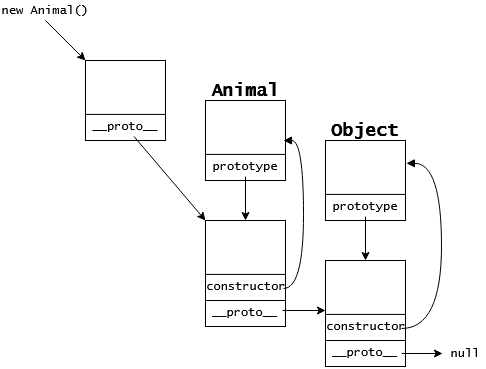
Earlier version of the draw.io export prototypical-inheritance.png (eheu/hovedopgave). Source tidied: cells renumbered, new cells last; positions are measured from the earlier drawing's top-left corner, leaving out a move shared by most shapes.
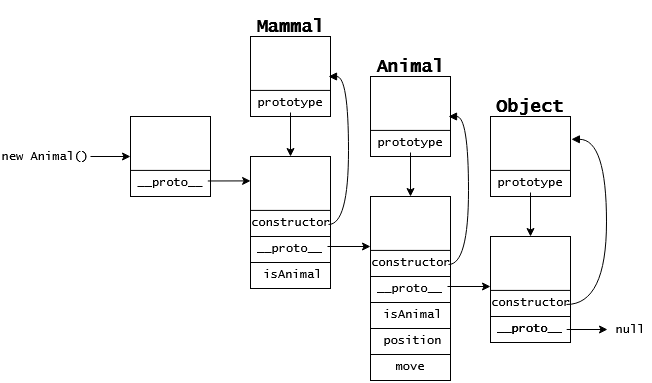
Later version of the same file.

Diff of the diagram source:
```diff
@@ -2,29 +2,8 @@
   <root>
     <mxCell id="0" />
     <mxCell id="1" parent="0" />
-    <mxCell id="2" style="group;" parent="1" vertex="1">
-      <mxGeometry x="85" y="60" width="80" height="80" as="geometry" />
-    </mxCell>
-    <mxCell id="3" style="rounded=0;whiteSpace=wrap;html=1;strokeColor=#000000;" parent="2" vertex="1">
-      <mxGeometry width="80" height="80" as="geometry" />
-    </mxCell>
-    <mxCell id="4" style="endArrow=none;html=1;exitX=0.002;exitY=0.674;exitDx=0;exitDy=0;exitPerimeter=0;entryX=1;entryY=0.674;entryDx=0;entryDy=0;entryPerimeter=0;" parent="2" edge="1" source="3" target="3">
-      <mxGeometry relative="1" as="geometry" />
-    </mxCell>
-    <mxCell id="5" value="&lt;font face=&quot;Lucida Console&quot;&gt;__proto__&lt;/font&gt;" style="text;html=1;strokeColor=none;fillColor=none;align=center;verticalAlign=middle;whiteSpace=wrap;rounded=0;" parent="2" vertex="1">
-      <mxGeometry x="20" y="55" width="40" height="20" as="geometry" />
-    </mxCell>
-    <mxCell id="6" style="rounded=0;whiteSpace=wrap;html=1;strokeColor=#000000;" parent="2" vertex="1">
-      <mxGeometry width="80" height="80" as="geometry" />
-    </mxCell>
-    <mxCell id="7" style="endArrow=none;html=1;exitX=0.002;exitY=0.674;exitDx=0;exitDy=0;exitPerimeter=0;entryX=1;entryY=0.674;entryDx=0;entryDy=0;entryPerimeter=0;" parent="2" edge="1" source="6" target="6">
-      <mxGeometry relative="1" as="geometry" />
-    </mxCell>
-    <mxCell id="8" value="&lt;font face=&quot;Lucida Console&quot;&gt;__proto__&lt;/font&gt;" style="text;html=1;strokeColor=none;fillColor=none;align=center;verticalAlign=middle;whiteSpace=wrap;rounded=0;" parent="2" vertex="1">
-      <mxGeometry x="20" y="55" width="40" height="20" as="geometry" />
-    </mxCell>
     <mxCell id="9" style="group;" parent="1" vertex="1">
-      <mxGeometry x="85" y="60" width="80" height="80" as="geometry" />
+      <mxGeometry x="-35" y="140" width="80" height="80" as="geometry" />
     </mxCell>
     <mxCell id="10" style="rounded=0;whiteSpace=wrap;html=1;strokeColor=#000000;" parent="9" vertex="1">
       <mxGeometry width="80" height="80" as="geometry" />
@@ -338,13 +317,15 @@
       <mxGeometry x="345" y="120" width="40" height="20" as="geometry" />
     </mxCell>
     <mxCell id="109" value="&lt;font face=&quot;Lucida Console&quot;&gt;new Animal()&lt;/font&gt;" style="text;html=1;strokeColor=none;fillColor=none;align=center;verticalAlign=middle;whiteSpace=wrap;rounded=0;" parent="1" vertex="1">
-      <mxGeometry width="90" height="20" as="geometry" />
+      <mxGeometry x="-165" y="170" width="90" height="20" as="geometry" />
     </mxCell>
-    <mxCell id="110" style="endArrow=classic;html=1;strokeColor=#000000;exitX=0.5;exitY=1;exitDx=0;exitDy=0;entryX=0;entryY=0;entryDx=0;entryDy=0;" parent="1" edge="1" source="109" target="13">
+    <mxCell id="110" style="endArrow=classic;html=1;strokeColor=#000000;exitX=1;exitY=0.5;exitDx=0;exitDy=0;entryX=0;entryY=0.5;entryDx=0;entryDy=0;" parent="1" edge="1" source="109" target="13">
       <mxGeometry relative="1" as="geometry" />
     </mxCell>
-    <mxCell id="111" style="endArrow=classic;html=1;strokeColor=#000000;entryX=0;entryY=0;entryDx=0;entryDy=0;" parent="1" edge="1" source="15" target="55">
-      <mxGeometry relative="1" as="geometry" />
+    <mxCell id="111" style="endArrow=classic;html=1;strokeColor=#000000;entryX=0.001;entryY=0.305;entryDx=0;entryDy=0;entryPerimeter=0;exitX=1.004;exitY=0.806;exitDx=0;exitDy=0;exitPerimeter=0;" parent="1" edge="1" target="156">
+      <mxGeometry relative="1" as="geometry">
+        <mxPoint x="42.3" y="204.5" as="sourcePoint" />
+      </mxGeometry>
     </mxCell>
     <mxCell id="112" style="endArrow=classic;html=1;strokeColor=#000000;" parent="1" edge="1">
       <mxGeometry relative="1" as="geometry">
@@ -367,5 +348,249 @@
     <mxCell id="116" style="endArrow=classic;html=1;entryX=0.5;entryY=0;entryDx=0;entryDy=0;exitX=0.5;exitY=1;exitDx=0;exitDy=0;" parent="1" edge="1" source="75" target="101">
       <mxGeometry relative="1" as="geometry" />
     </mxCell>
+    <mxCell id="117" style="group;" parent="1" vertex="1">
+      <mxGeometry x="85" y="60" width="80" height="80" as="geometry" />
+    </mxCell>
+    <mxCell id="118" style="rounded=0;whiteSpace=wrap;html=1;strokeColor=#000000;" parent="117" vertex="1">
+      <mxGeometry width="80" height="80" as="geometry" />
+    </mxCell>
+    <mxCell id="119" style="endArrow=none;html=1;exitX=0.002;exitY=0.674;exitDx=0;exitDy=0;exitPerimeter=0;entryX=1;entryY=0.674;entryDx=0;entryDy=0;entryPerimeter=0;" parent="117" edge="1" source="118" target="118">
+      <mxGeometry relative="1" as="geometry" />
+    </mxCell>
+    <mxCell id="120" value="&lt;font face=&quot;Lucida Console&quot;&gt;__proto__&lt;/font&gt;" style="text;html=1;strokeColor=none;fillColor=none;align=center;verticalAlign=middle;whiteSpace=wrap;rounded=0;" parent="117" vertex="1">
+      <mxGeometry x="20" y="55" width="40" height="20" as="geometry" />
+    </mxCell>
+    <mxCell id="121" style="rounded=0;whiteSpace=wrap;html=1;strokeColor=#000000;" parent="117" vertex="1">
+      <mxGeometry width="80" height="80" as="geometry" />
+    </mxCell>
+    <mxCell id="122" style="endArrow=none;html=1;exitX=0.002;exitY=0.674;exitDx=0;exitDy=0;exitPerimeter=0;entryX=1;entryY=0.674;entryDx=0;entryDy=0;entryPerimeter=0;" parent="117" edge="1" source="121" target="121">
+      <mxGeometry relative="1" as="geometry" />
+    </mxCell>
+    <mxCell id="123" value="&lt;font face=&quot;Lucida Console&quot;&gt;__proto__&lt;/font&gt;" style="text;html=1;strokeColor=none;fillColor=none;align=center;verticalAlign=middle;whiteSpace=wrap;rounded=0;" parent="117" vertex="1">
+      <mxGeometry x="20" y="55" width="40" height="20" as="geometry" />
+    </mxCell>
+    <mxCell id="124" style="group;" parent="1" vertex="1">
+      <mxGeometry x="85" y="60" width="80" height="80" as="geometry" />
+    </mxCell>
+    <mxCell id="125" style="rounded=0;whiteSpace=wrap;html=1;strokeColor=#000000;" parent="124" vertex="1">
+      <mxGeometry width="80" height="80" as="geometry" />
+    </mxCell>
+    <mxCell id="126" style="endArrow=none;html=1;exitX=0.002;exitY=0.674;exitDx=0;exitDy=0;exitPerimeter=0;entryX=1;entryY=0.674;entryDx=0;entryDy=0;entryPerimeter=0;" parent="124" edge="1" source="125" target="125">
+      <mxGeometry relative="1" as="geometry" />
+    </mxCell>
+    <mxCell id="127" value="&lt;font face=&quot;Lucida Console&quot;&gt;__proto__&lt;/font&gt;" style="text;html=1;strokeColor=none;fillColor=none;align=center;verticalAlign=middle;whiteSpace=wrap;rounded=0;" parent="124" vertex="1">
+      <mxGeometry x="20" y="55" width="40" height="20" as="geometry" />
+    </mxCell>
+    <mxCell id="128" style="rounded=0;whiteSpace=wrap;html=1;strokeColor=#000000;" parent="124" vertex="1">
+      <mxGeometry width="80" height="80" as="geometry" />
+    </mxCell>
+    <mxCell id="129" style="endArrow=none;html=1;exitX=0.002;exitY=0.674;exitDx=0;exitDy=0;exitPerimeter=0;entryX=1;entryY=0.674;entryDx=0;entryDy=0;entryPerimeter=0;" parent="124" edge="1" source="128" target="128">
+      <mxGeometry relative="1" as="geometry" />
+    </mxCell>
+    <mxCell id="130" value="&lt;font face=&quot;Lucida Console&quot;&gt;prototype&lt;/font&gt;" style="text;html=1;strokeColor=none;fillColor=none;align=center;verticalAlign=middle;whiteSpace=wrap;rounded=0;" parent="124" vertex="1">
+      <mxGeometry x="20" y="56" width="40" height="20" as="geometry" />
+    </mxCell>
+    <mxCell id="131" style="rounded=0;whiteSpace=wrap;html=1;strokeColor=#000000;" parent="1" vertex="1">
+      <mxGeometry x="85" y="180" width="80" height="80" as="geometry" />
+    </mxCell>
+    <mxCell id="132" style="endArrow=none;html=1;exitX=0.002;exitY=0.674;exitDx=0;exitDy=0;exitPerimeter=0;entryX=1;entryY=0.674;entryDx=0;entryDy=0;entryPerimeter=0;" parent="1" edge="1" source="131" target="131">
+      <mxGeometry relative="1" as="geometry" />
+    </mxCell>
+    <mxCell id="133" value="&lt;font face=&quot;Lucida Console&quot;&gt;__proto__&lt;/font&gt;" style="text;html=1;strokeColor=none;fillColor=none;align=center;verticalAlign=middle;whiteSpace=wrap;rounded=0;" parent="1" vertex="1">
+      <mxGeometry x="105" y="235" width="40" height="20" as="geometry" />
+    </mxCell>
+    <mxCell id="134" style="rounded=0;whiteSpace=wrap;html=1;strokeColor=#000000;" parent="1" vertex="1">
+      <mxGeometry x="85" y="180" width="80" height="80" as="geometry" />
+    </mxCell>
+    <mxCell id="135" style="endArrow=none;html=1;exitX=0.002;exitY=0.674;exitDx=0;exitDy=0;exitPerimeter=0;entryX=1;entryY=0.674;entryDx=0;entryDy=0;entryPerimeter=0;" parent="1" edge="1" source="134" target="134">
+      <mxGeometry relative="1" as="geometry" />
+    </mxCell>
+    <mxCell id="136" value="&lt;font face=&quot;Lucida Console&quot;&gt;__proto__&lt;/font&gt;" style="text;html=1;strokeColor=none;fillColor=none;align=center;verticalAlign=middle;whiteSpace=wrap;rounded=0;" parent="1" vertex="1">
+      <mxGeometry x="105" y="235" width="40" height="20" as="geometry" />
+    </mxCell>
+    <mxCell id="137" style="rounded=0;whiteSpace=wrap;html=1;strokeColor=#000000;" parent="1" vertex="1">
+      <mxGeometry x="85" y="260" width="80" height="26" as="geometry" />
+    </mxCell>
+    <mxCell id="138" style="rounded=0;whiteSpace=wrap;html=1;strokeColor=#000000;" parent="1" vertex="1">
+      <mxGeometry x="85" y="180" width="80" height="80" as="geometry" />
+    </mxCell>
+    <mxCell id="139" style="endArrow=none;html=1;exitX=0.002;exitY=0.674;exitDx=0;exitDy=0;exitPerimeter=0;entryX=1;entryY=0.674;entryDx=0;entryDy=0;entryPerimeter=0;" parent="1" edge="1" source="138" target="138">
+      <mxGeometry relative="1" as="geometry" />
+    </mxCell>
+    <mxCell id="140" value="&lt;font face=&quot;Lucida Console&quot;&gt;__proto__&lt;/font&gt;" style="text;html=1;strokeColor=none;fillColor=none;align=center;verticalAlign=middle;whiteSpace=wrap;rounded=0;" parent="1" vertex="1">
+      <mxGeometry x="105" y="235" width="40" height="20" as="geometry" />
+    </mxCell>
+    <mxCell id="141" style="rounded=0;whiteSpace=wrap;html=1;strokeColor=#000000;" parent="1" vertex="1">
+      <mxGeometry x="85" y="180" width="80" height="80" as="geometry" />
+    </mxCell>
+    <mxCell id="142" style="endArrow=none;html=1;exitX=0.002;exitY=0.674;exitDx=0;exitDy=0;exitPerimeter=0;entryX=1;entryY=0.674;entryDx=0;entryDy=0;entryPerimeter=0;" parent="1" edge="1" source="141" target="141">
+      <mxGeometry relative="1" as="geometry" />
+    </mxCell>
+    <mxCell id="143" value="constructor" style="text;html=1;strokeColor=none;fillColor=none;align=center;verticalAlign=middle;whiteSpace=wrap;rounded=0;" parent="1" vertex="1">
+      <mxGeometry x="105" y="235" width="40" height="20" as="geometry" />
+    </mxCell>
+    <mxCell id="144" style="rounded=0;whiteSpace=wrap;html=1;strokeColor=#000000;" parent="1" vertex="1">
+      <mxGeometry x="85" y="260" width="80" height="26" as="geometry" />
+    </mxCell>
+    <mxCell id="145" value="&lt;!--StartFragment--&gt;&lt;font face=&quot;Lucida Console&quot;&gt;__proto__&lt;/font&gt;&lt;!--EndFragment--&gt;" style="text;whiteSpace=wrap;html=1;" parent="1" vertex="1">
+      <mxGeometry x="90" y="258" width="90" height="30" as="geometry" />
+    </mxCell>
+    <mxCell id="146" style="rounded=0;whiteSpace=wrap;html=1;strokeColor=#000000;" parent="1" vertex="1">
+      <mxGeometry x="85" y="180" width="80" height="80" as="geometry" />
+    </mxCell>
+    <mxCell id="147" style="endArrow=none;html=1;exitX=0.002;exitY=0.674;exitDx=0;exitDy=0;exitPerimeter=0;entryX=1;entryY=0.674;entryDx=0;entryDy=0;entryPerimeter=0;" parent="1" edge="1" source="146" target="146">
+      <mxGeometry relative="1" as="geometry" />
+    </mxCell>
+    <mxCell id="148" value="&lt;font face=&quot;Lucida Console&quot;&gt;__proto__&lt;/font&gt;" style="text;html=1;strokeColor=none;fillColor=none;align=center;verticalAlign=middle;whiteSpace=wrap;rounded=0;" parent="1" vertex="1">
+      <mxGeometry x="105" y="235" width="40" height="20" as="geometry" />
+    </mxCell>
+    <mxCell id="149" style="rounded=0;whiteSpace=wrap;html=1;strokeColor=#000000;" parent="1" vertex="1">
+      <mxGeometry x="85" y="180" width="80" height="80" as="geometry" />
+    </mxCell>
+    <mxCell id="150" style="endArrow=none;html=1;exitX=0.002;exitY=0.674;exitDx=0;exitDy=0;exitPerimeter=0;entryX=1;entryY=0.674;entryDx=0;entryDy=0;entryPerimeter=0;" parent="1" edge="1" source="149" target="149">
+      <mxGeometry relative="1" as="geometry" />
+    </mxCell>
+    <mxCell id="151" value="&lt;font face=&quot;Lucida Console&quot;&gt;__proto__&lt;/font&gt;" style="text;html=1;strokeColor=none;fillColor=none;align=center;verticalAlign=middle;whiteSpace=wrap;rounded=0;" parent="1" vertex="1">
+      <mxGeometry x="105" y="235" width="40" height="20" as="geometry" />
+    </mxCell>
+    <mxCell id="152" style="rounded=0;whiteSpace=wrap;html=1;strokeColor=#000000;" parent="1" vertex="1">
+      <mxGeometry x="85" y="260" width="80" height="26" as="geometry" />
+    </mxCell>
+    <mxCell id="153" style="rounded=0;whiteSpace=wrap;html=1;strokeColor=#000000;" parent="1" vertex="1">
+      <mxGeometry x="85" y="180" width="80" height="80" as="geometry" />
+    </mxCell>
+    <mxCell id="154" style="endArrow=none;html=1;exitX=0.002;exitY=0.674;exitDx=0;exitDy=0;exitPerimeter=0;entryX=1;entryY=0.674;entryDx=0;entryDy=0;entryPerimeter=0;" parent="1" edge="1" source="153" target="153">
+      <mxGeometry relative="1" as="geometry" />
+    </mxCell>
+    <mxCell id="155" value="&lt;font face=&quot;Lucida Console&quot;&gt;__proto__&lt;/font&gt;" style="text;html=1;strokeColor=none;fillColor=none;align=center;verticalAlign=middle;whiteSpace=wrap;rounded=0;" parent="1" vertex="1">
+      <mxGeometry x="105" y="235" width="40" height="20" as="geometry" />
+    </mxCell>
+    <mxCell id="156" style="rounded=0;whiteSpace=wrap;html=1;strokeColor=#000000;" parent="1" vertex="1">
+      <mxGeometry x="85" y="180" width="80" height="80" as="geometry" />
+    </mxCell>
+    <mxCell id="157" style="endArrow=none;html=1;exitX=0.002;exitY=0.674;exitDx=0;exitDy=0;exitPerimeter=0;entryX=1;entryY=0.674;entryDx=0;entryDy=0;entryPerimeter=0;" parent="1" edge="1" source="156" target="156">
+      <mxGeometry relative="1" as="geometry" />
+    </mxCell>
+    <mxCell id="158" style="edgeStyle=orthogonalEdgeStyle;jettySize=auto;html=1;exitX=0.5;exitY=0;exitDx=0;exitDy=0;entryX=1;entryY=0.5;entryDx=0;entryDy=0;startArrow=none;startFill=0;endArrow=block;endFill=1;strokeColor=none;rounded=1;" parent="1" edge="1" source="160" target="128">
+      <mxGeometry relative="1" as="geometry" />
+    </mxCell>
+    <mxCell id="159" style="edgeStyle=orthogonalEdgeStyle;orthogonalLoop=1;jettySize=auto;html=1;startArrow=none;startFill=0;endArrow=block;endFill=1;strokeColor=#000000;entryX=1;entryY=0.5;entryDx=0;entryDy=0;curved=1;" parent="1" edge="1">
+      <mxGeometry relative="1" as="geometry">
+        <mxPoint x="163" y="248" as="sourcePoint" />
+        <mxPoint x="163" y="100" as="targetPoint" />
+        <Array as="points">
+          <mxPoint x="183" y="248" />
+          <mxPoint x="183" y="100" />
+        </Array>
+      </mxGeometry>
+    </mxCell>
+    <mxCell id="160" value="&lt;font face=&quot;Lucida Console&quot;&gt;constructor&lt;/font&gt;" style="text;html=1;strokeColor=none;fillColor=none;align=center;verticalAlign=middle;whiteSpace=wrap;rounded=0;" parent="1" vertex="1">
+      <mxGeometry x="106" y="236" width="40" height="20" as="geometry" />
+    </mxCell>
+    <mxCell id="161" style="rounded=0;whiteSpace=wrap;html=1;strokeColor=#000000;" parent="1" vertex="1">
+      <mxGeometry x="85" y="260" width="80" height="26" as="geometry" />
+    </mxCell>
+    <mxCell id="162" value="&lt;!--StartFragment--&gt;&lt;font face=&quot;Lucida Console&quot;&gt;__proto__&lt;/font&gt;&lt;!--EndFragment--&gt;" style="text;whiteSpace=wrap;html=1;" parent="1" vertex="1">
+      <mxGeometry x="90" y="258" width="75" height="22" as="geometry" />
+    </mxCell>
+    <mxCell id="163" value="&lt;h2&gt;&lt;font face=&quot;Lucida Console&quot;&gt;Mammal&lt;/font&gt;&lt;/h2&gt;" style="text;html=1;strokeColor=none;fillColor=none;align=center;verticalAlign=middle;whiteSpace=wrap;rounded=0;" parent="1" vertex="1">
+      <mxGeometry x="105" y="40" width="40" height="20" as="geometry" />
+    </mxCell>
+    <mxCell id="164" style="endArrow=classic;html=1;strokeColor=#000000;" parent="1" edge="1">
+      <mxGeometry relative="1" as="geometry">
+        <mxPoint x="162" y="270" as="sourcePoint" />
+        <mxPoint x="205" y="270" as="targetPoint" />
+      </mxGeometry>
+    </mxCell>
+    <mxCell id="165" style="endArrow=classic;html=1;exitX=0.5;exitY=1;exitDx=0;exitDy=0;entryX=0.5;entryY=0;entryDx=0;entryDy=0;" parent="1" edge="1" source="130" target="156">
+      <mxGeometry relative="1" as="geometry" />
+    </mxCell>
+    <mxCell id="166" value="&lt;!--StartFragment--&gt;&lt;font face=&quot;Lucida Console&quot;&gt;__proto__&lt;/font&gt;&lt;!--EndFragment--&gt;" style="text;whiteSpace=wrap;html=1;" parent="1" vertex="1">
+      <mxGeometry x="330" y="338" width="75" height="30" as="geometry" />
+    </mxCell>
+    <mxCell id="167" style="group;" parent="1" vertex="1">
+      <mxGeometry x="205" y="324" width="95" height="30" as="geometry" />
+    </mxCell>
+    <mxCell id="168" style="rounded=0;whiteSpace=wrap;html=1;strokeColor=#000000;" parent="167" vertex="1">
+      <mxGeometry y="2" width="80" height="26" as="geometry" />
+    </mxCell>
+    <mxCell id="169" style="rounded=0;whiteSpace=wrap;html=1;strokeColor=#000000;" parent="167" vertex="1">
+      <mxGeometry y="2" width="80" height="26" as="geometry" />
+    </mxCell>
+    <mxCell id="170" value="&lt;!--StartFragment--&gt;&lt;font face=&quot;Lucida Console&quot;&gt;__proto__&lt;/font&gt;&lt;!--EndFragment--&gt;" style="text;whiteSpace=wrap;html=1;" parent="167" vertex="1">
+      <mxGeometry x="5" width="90" height="30" as="geometry" />
+    </mxCell>
+    <mxCell id="171" style="rounded=0;whiteSpace=wrap;html=1;strokeColor=#000000;" parent="167" vertex="1">
+      <mxGeometry y="2" width="80" height="26" as="geometry" />
+    </mxCell>
+    <mxCell id="172" style="rounded=0;whiteSpace=wrap;html=1;strokeColor=#000000;" parent="167" vertex="1">
+      <mxGeometry y="2" width="80" height="26" as="geometry" />
+    </mxCell>
+    <mxCell id="173" value="&lt;div align=&quot;center&quot;&gt;&lt;font face=&quot;Lucida Console&quot;&gt;isAnimal&lt;/font&gt;&lt;/div&gt;" style="text;whiteSpace=wrap;html=1;align=center;" parent="167" vertex="1">
+      <mxGeometry x="5" width="75" height="30" as="geometry" />
+    </mxCell>
+    <mxCell id="174" style="group;" parent="1" vertex="1">
+      <mxGeometry x="85" y="284" width="95" height="30" as="geometry" />
+    </mxCell>
+    <mxCell id="175" style="rounded=0;whiteSpace=wrap;html=1;strokeColor=#000000;" parent="174" vertex="1">
+      <mxGeometry y="2" width="80" height="26" as="geometry" />
+    </mxCell>
+    <mxCell id="176" style="rounded=0;whiteSpace=wrap;html=1;strokeColor=#000000;" parent="174" vertex="1">
+      <mxGeometry y="2" width="80" height="26" as="geometry" />
+    </mxCell>
+    <mxCell id="177" value="&lt;!--StartFragment--&gt;&lt;font face=&quot;Lucida Console&quot;&gt;__proto__&lt;/font&gt;&lt;!--EndFragment--&gt;" style="text;whiteSpace=wrap;html=1;" parent="174" vertex="1">
+      <mxGeometry x="5" width="90" height="30" as="geometry" />
+    </mxCell>
+    <mxCell id="178" style="rounded=0;whiteSpace=wrap;html=1;strokeColor=#000000;" parent="174" vertex="1">
+      <mxGeometry y="2" width="80" height="26" as="geometry" />
+    </mxCell>
+    <mxCell id="179" style="rounded=0;whiteSpace=wrap;html=1;strokeColor=#000000;" parent="174" vertex="1">
+      <mxGeometry y="2" width="80" height="26" as="geometry" />
+    </mxCell>
+    <mxCell id="180" value="&lt;div align=&quot;center&quot;&gt;&lt;font face=&quot;Lucida Console&quot;&gt;isAnimal&lt;/font&gt;&lt;/div&gt;" style="text;whiteSpace=wrap;html=1;align=center;" parent="174" vertex="1">
+      <mxGeometry x="5" width="75" height="30" as="geometry" />
+    </mxCell>
+    <mxCell id="181" style="group;" parent="1" vertex="1">
+      <mxGeometry x="205" y="350" width="95" height="30" as="geometry" />
+    </mxCell>
+    <mxCell id="182" style="rounded=0;whiteSpace=wrap;html=1;strokeColor=#000000;" parent="181" vertex="1">
+      <mxGeometry y="2" width="80" height="26" as="geometry" />
+    </mxCell>
+    <mxCell id="183" style="rounded=0;whiteSpace=wrap;html=1;strokeColor=#000000;" parent="181" vertex="1">
+      <mxGeometry y="2" width="80" height="26" as="geometry" />
+    </mxCell>
+    <mxCell id="184" value="&lt;!--StartFragment--&gt;&lt;font face=&quot;Lucida Console&quot;&gt;__proto__&lt;/font&gt;&lt;!--EndFragment--&gt;" style="text;whiteSpace=wrap;html=1;" parent="181" vertex="1">
+      <mxGeometry x="5" width="90" height="30" as="geometry" />
+    </mxCell>
+    <mxCell id="185" style="rounded=0;whiteSpace=wrap;html=1;strokeColor=#000000;" parent="181" vertex="1">
+      <mxGeometry y="2" width="80" height="26" as="geometry" />
+    </mxCell>
+    <mxCell id="186" style="rounded=0;whiteSpace=wrap;html=1;strokeColor=#000000;" parent="181" vertex="1">
+      <mxGeometry y="2" width="80" height="26" as="geometry" />
+    </mxCell>
+    <mxCell id="187" value="&lt;font face=&quot;Lucida Console&quot;&gt;position&lt;/font&gt;" style="text;whiteSpace=wrap;html=1;align=center;" parent="181" vertex="1">
+      <mxGeometry x="5" width="75" height="30" as="geometry" />
+    </mxCell>
+    <mxCell id="188" style="group;" parent="1" vertex="1">
+      <mxGeometry x="205" y="376" width="95" height="30" as="geometry" />
+    </mxCell>
+    <mxCell id="189" style="rounded=0;whiteSpace=wrap;html=1;strokeColor=#000000;" parent="188" vertex="1">
+      <mxGeometry y="2" width="80" height="26" as="geometry" />
+    </mxCell>
+    <mxCell id="190" style="rounded=0;whiteSpace=wrap;html=1;strokeColor=#000000;" parent="188" vertex="1">
+      <mxGeometry y="2" width="80" height="26" as="geometry" />
+    </mxCell>
+    <mxCell id="191" value="&lt;!--StartFragment--&gt;&lt;font face=&quot;Lucida Console&quot;&gt;__proto__&lt;/font&gt;&lt;!--EndFragment--&gt;" style="text;whiteSpace=wrap;html=1;" parent="188" vertex="1">
+      <mxGeometry x="5" width="90" height="30" as="geometry" />
+    </mxCell>
+    <mxCell id="192" style="rounded=0;whiteSpace=wrap;html=1;strokeColor=#000000;" parent="188" vertex="1">
+      <mxGeometry y="2" width="80" height="26" as="geometry" />
+    </mxCell>
+    <mxCell id="193" style="rounded=0;whiteSpace=wrap;html=1;strokeColor=#000000;" parent="188" vertex="1">
+      <mxGeometry y="2" width="80" height="26" as="geometry" />
+    </mxCell>
+    <mxCell id="194" value="&lt;font face=&quot;Lucida Console&quot;&gt;move&lt;/font&gt;" style="text;whiteSpace=wrap;html=1;align=center;" parent="188" vertex="1">
+      <mxGeometry width="80" height="30" as="geometry" />
+    </mxCell>
   </root>
 </mxGraphModel>
```
